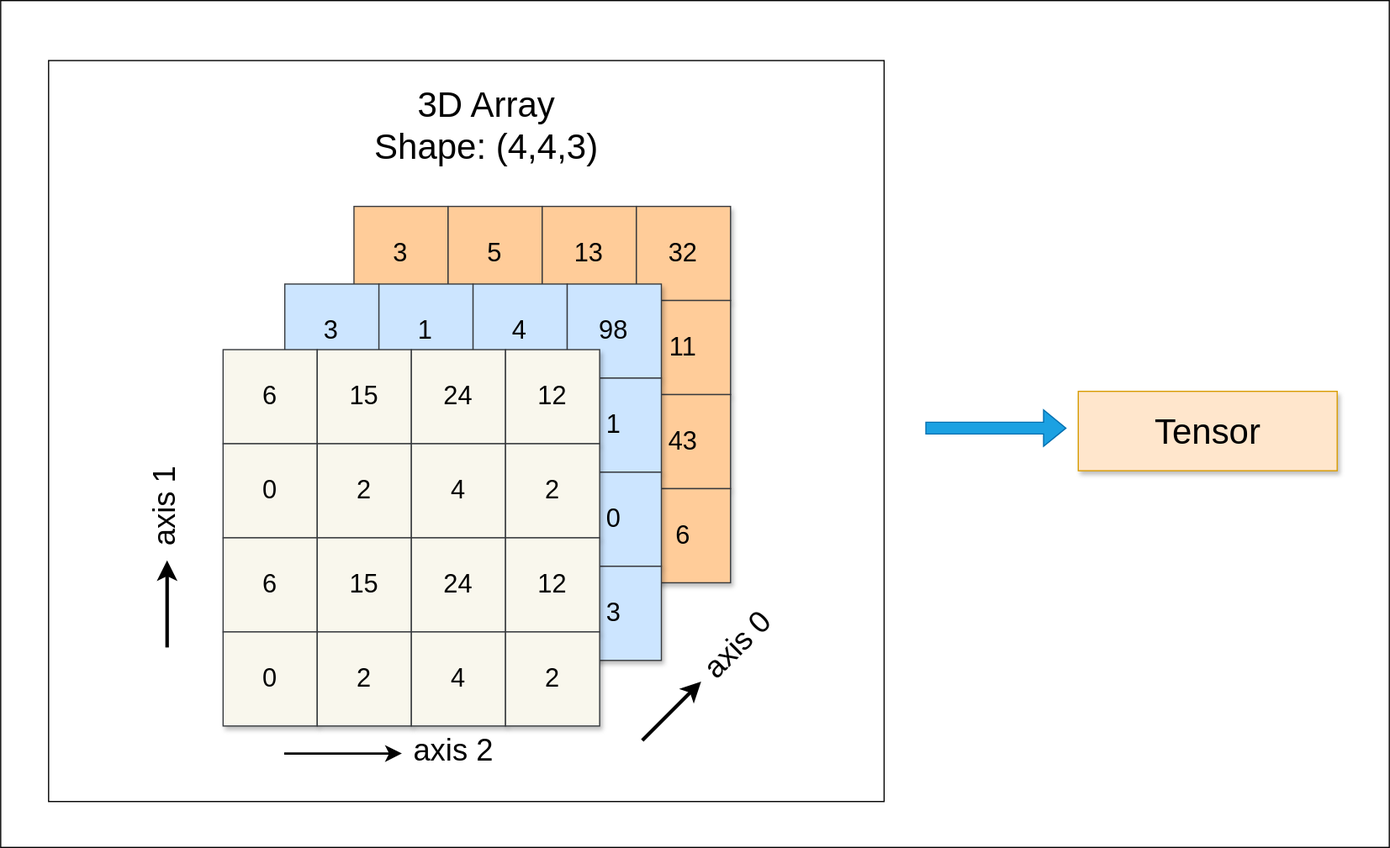
The draw.io diagram tensorcode/Numpy/Lab_02/images/infra-4.svg in poridhiEng/lab-asset, before a commit. Source tidied: cells renumbered, new cells last; positions are measured from the earlier drawing's top-left corner, leaving out a move shared by most shapes.
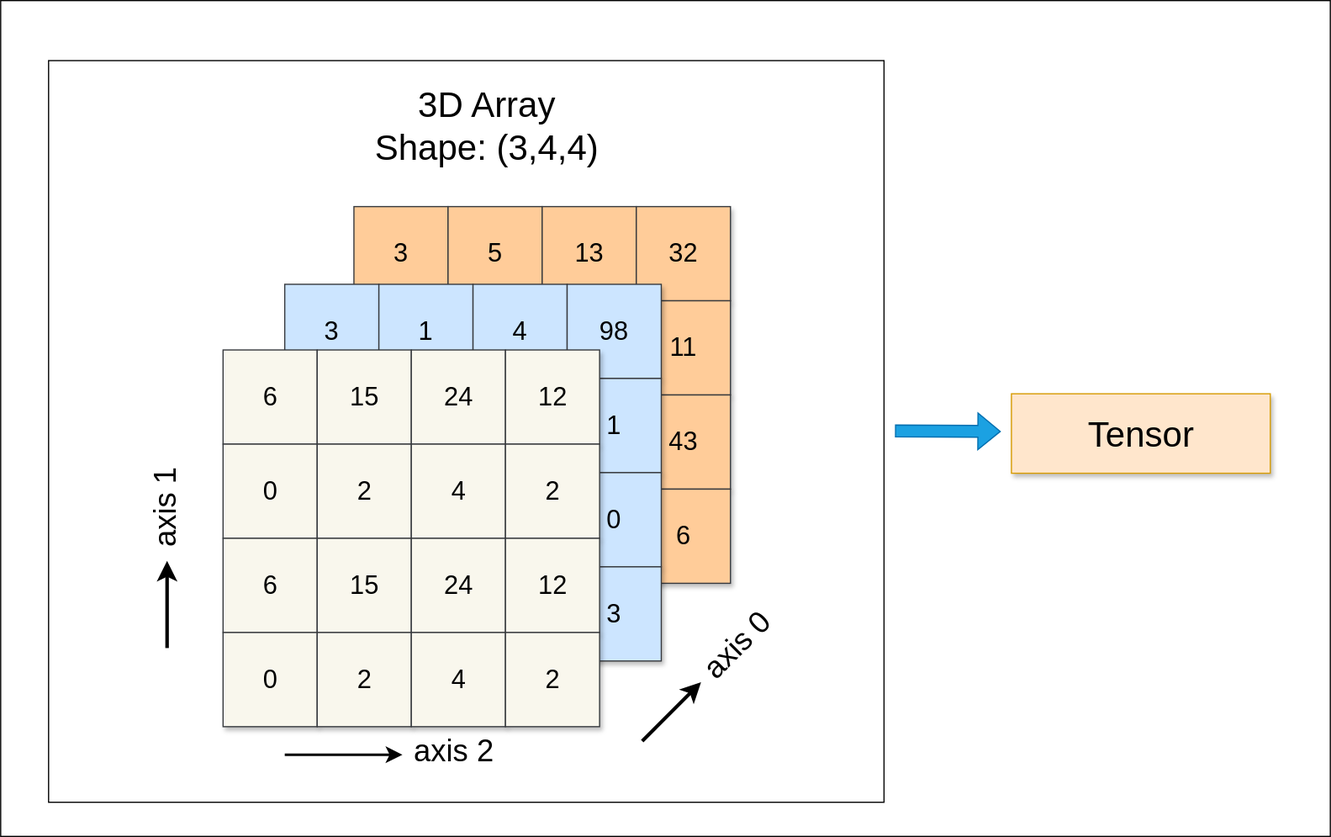
Later version of the same file.

Commit message:
numpy lab2 diagram updated

Diff of the diagram source:
```diff
@@ -3,7 +3,7 @@
     <mxCell id="0" />
     <mxCell id="1" parent="0" />
     <mxCell id="2" style="rounded=0;whiteSpace=wrap;html=1;" parent="1" vertex="1">
-      <mxGeometry width="1180" height="720" as="geometry" />
+      <mxGeometry width="1130" height="710" as="geometry" />
     </mxCell>
     <mxCell id="3" style="rounded=0;whiteSpace=wrap;html=1;" parent="1" vertex="1">
       <mxGeometry x="40.7" y="51" width="710" height="630" as="geometry" />
@@ -179,17 +179,17 @@
     <mxCell id="57" value="&lt;font style=&quot;font-size: 26px;&quot;&gt;axis 0&lt;/font&gt;" style="text;html=1;whiteSpace=wrap;strokeColor=none;fillColor=none;align=center;verticalAlign=middle;rounded=0;fontSize=16;rotation=-45;" parent="1" vertex="1">
       <mxGeometry x="590.7" y="521" width="70" height="53" as="geometry" />
     </mxCell>
-    <mxCell id="58" value="&lt;font style=&quot;font-size: 30px;&quot;&gt;3D Array&lt;/font&gt;&lt;div&gt;&lt;font style=&quot;font-size: 30px;&quot;&gt;Shape: (4,4,3)&lt;/font&gt;&lt;/div&gt;" style="text;html=1;whiteSpace=wrap;strokeColor=none;fillColor=none;align=center;verticalAlign=middle;rounded=0;fontSize=16;" parent="1" vertex="1">
+    <mxCell id="58" value="&lt;font style=&quot;font-size: 30px;&quot;&gt;3D Array&lt;/font&gt;&lt;div&gt;&lt;font style=&quot;font-size: 30px;&quot;&gt;Shape: (3,4,4)&lt;/font&gt;&lt;/div&gt;" style="text;html=1;whiteSpace=wrap;strokeColor=none;fillColor=none;align=center;verticalAlign=middle;rounded=0;fontSize=16;" parent="1" vertex="1">
       <mxGeometry x="311.6" y="81" width="201.7" height="50" as="geometry" />
     </mxCell>
     <mxCell id="59" style="shape=flexArrow;endArrow=classic;html=1;rounded=0;fillColor=#1ba1e2;strokeColor=#006EAF;" parent="1" edge="1">
       <mxGeometry relative="1" as="geometry">
-        <mxPoint x="785.7" y="363.5" as="sourcePoint" />
-        <mxPoint x="905.7" y="363.5" as="targetPoint" />
+        <mxPoint x="760" y="365.6" as="sourcePoint" />
+        <mxPoint x="850" y="366" as="targetPoint" />
       </mxGeometry>
     </mxCell>
     <mxCell id="60" value="&lt;span style=&quot;font-size: 30px;&quot;&gt;Tensor&lt;/span&gt;" style="rounded=0;whiteSpace=wrap;html=1;shadow=1;fillColor=#ffe6cc;strokeColor=#d79b00;" parent="1" vertex="1">
-      <mxGeometry x="915.7" y="332.2" width="220" height="67.5" as="geometry" />
+      <mxGeometry x="859" y="334" width="220" height="67.5" as="geometry" />
     </mxCell>
   </root>
 </mxGraphModel>
```
